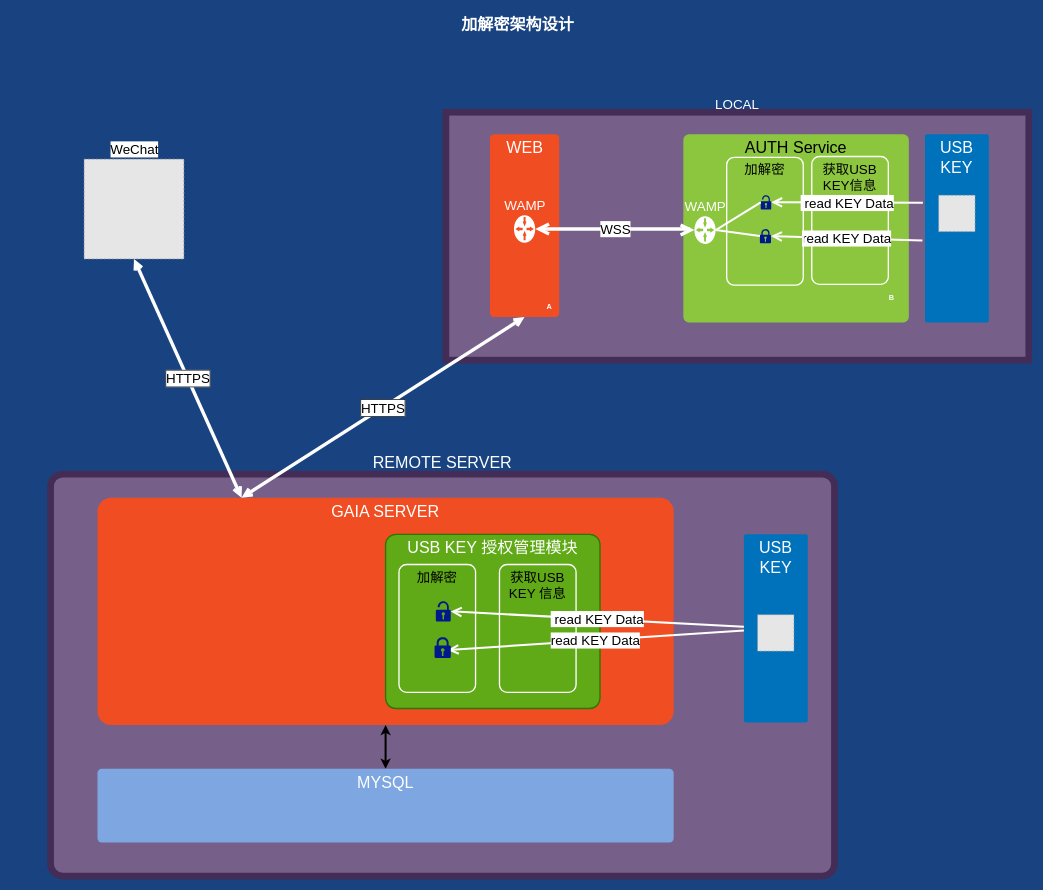
Before: RCS APP/gaia数据加密设计.drawio in uyuy2043/yy, a draw.io diagram. Source tidied: cells renumbered, new cells numbered last; positions are measured from the earlier drawing's top-left corner, leaving out a move shared by most shapes. Both pictures are drawn from the tidied source at 67%, with x=0, y=0 at pixel (11, 11). Pictures stored in the file or linked from it are replaced by grey dashed boxes.
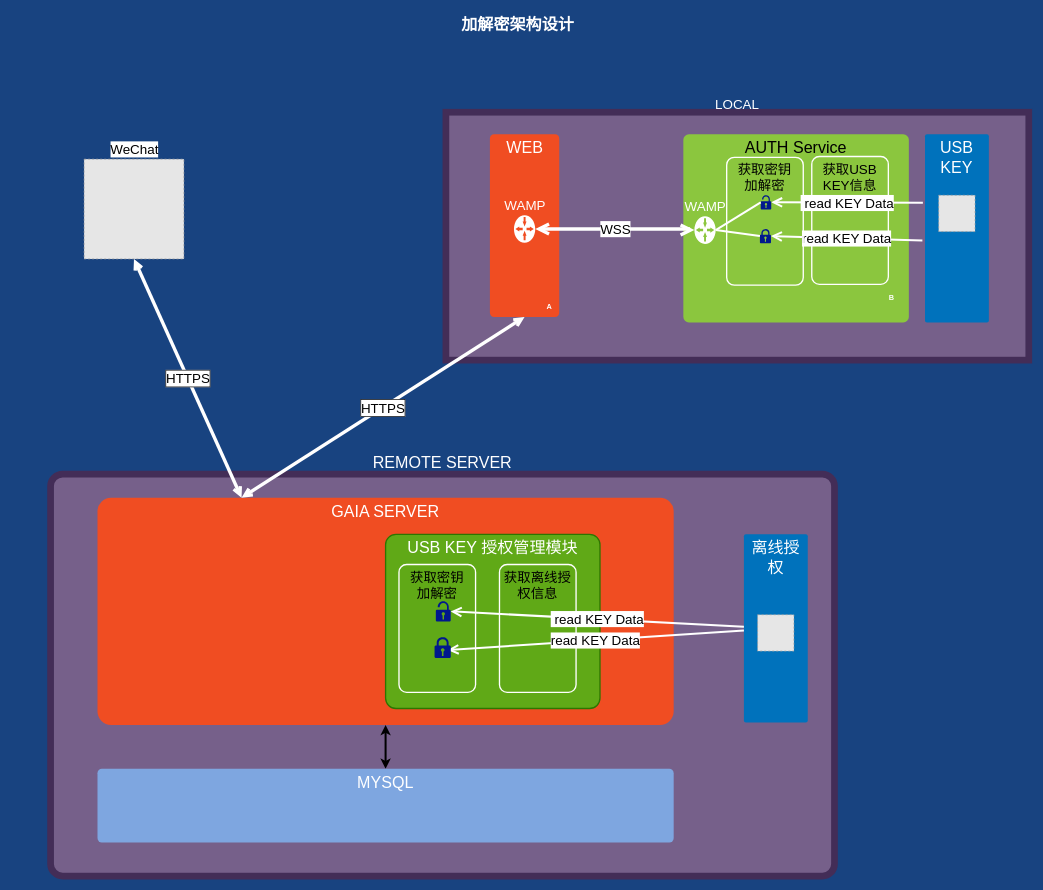
Above is the later version.

Commit message:
Update gaia数据加密设计.drawio

The change refers to these unchanged cells:
```xml
<mxCell id="10" value="LOCAL" style="group;fillColor=#76608a;strokeColor=#432D57;fontColor=#ffffff;fontSize=20;verticalAlign=bottom;labelPosition=center;verticalLabelPosition=top;align=center;strokeWidth=10;" parent="1" vertex="1">
  <mxGeometry x="648" y="150" width="870" height="370" as="geometry" />
</mxCell>
```

Change to the diagram source:
```diff
@@
-    <mxCell id="28" value="加解密" style="rounded=1;whiteSpace=wrap;html=1;shadow=0;strokeWidth=2;fillColor=none;fontSize=20;fontColor=#000000;align=center;strokeColor=#FFFFFF;arcSize=10;verticalAlign=top;" parent="10" vertex="1">
+    <mxCell id="28" value="获取密钥&lt;br&gt;加解密" style="rounded=1;whiteSpace=wrap;html=1;shadow=0;strokeWidth=2;fillColor=none;fontSize=20;fontColor=#000000;align=center;strokeColor=#FFFFFF;arcSize=10;verticalAlign=top;" parent="10" vertex="1">
       <mxGeometry x="419.1" y="67.3" width="114.3" height="190.8" as="geometry" />
     </mxCell>
@@
-    <mxCell id="30" value="USB KEY" style="rounded=1;whiteSpace=wrap;html=1;shadow=0;strokeWidth=2;fillColor=#0072BC;fontSize=24;fontColor=#FFFFFF;align=center;strokeColor=none;arcSize=3;verticalAlign=top;" parent="1" vertex="1">
+    <mxCell id="30" value="离线授权" style="rounded=1;whiteSpace=wrap;html=1;shadow=0;strokeWidth=2;fillColor=#0072BC;fontSize=24;fontColor=#FFFFFF;align=center;strokeColor=none;arcSize=3;verticalAlign=top;" parent="1" vertex="1">
       <mxGeometry x="1092.8" y="780" width="95.3" height="280.8" as="geometry" />
     </mxCell>
-    <mxCell id="31" value="获取USB KEY 信息" style="rounded=1;whiteSpace=wrap;html=1;shadow=0;strokeWidth=2;fillColor=none;fontSize=20;fontColor=#000000;align=center;strokeColor=#FFFFFF;arcSize=10;verticalAlign=top;" parent="1" vertex="1">
+    <mxCell id="31" value="获取离线授权信息" style="rounded=1;whiteSpace=wrap;html=1;shadow=0;strokeWidth=2;fillColor=none;fontSize=20;fontColor=#000000;align=center;strokeColor=#FFFFFF;arcSize=10;verticalAlign=top;" parent="1" vertex="1">
       <mxGeometry x="728" y="825.1" width="114.3" height="190.8" as="geometry" />
     </mxCell>
@@
-    <mxCell id="37" value="加解密" style="rounded=1;whiteSpace=wrap;html=1;shadow=0;strokeWidth=2;fillColor=none;fontSize=20;fontColor=#000000;align=center;strokeColor=#FFFFFF;arcSize=10;verticalAlign=top;" parent="1" vertex="1">
+    <mxCell id="37" value="获取密钥&lt;br&gt;加解密" style="rounded=1;whiteSpace=wrap;html=1;shadow=0;strokeWidth=2;fillColor=none;fontSize=20;fontColor=#000000;align=center;strokeColor=#FFFFFF;arcSize=10;verticalAlign=top;" parent="1" vertex="1">
       <mxGeometry x="578" y="825.1" width="114.3" height="190.8" as="geometry" />
     </mxCell>
```
